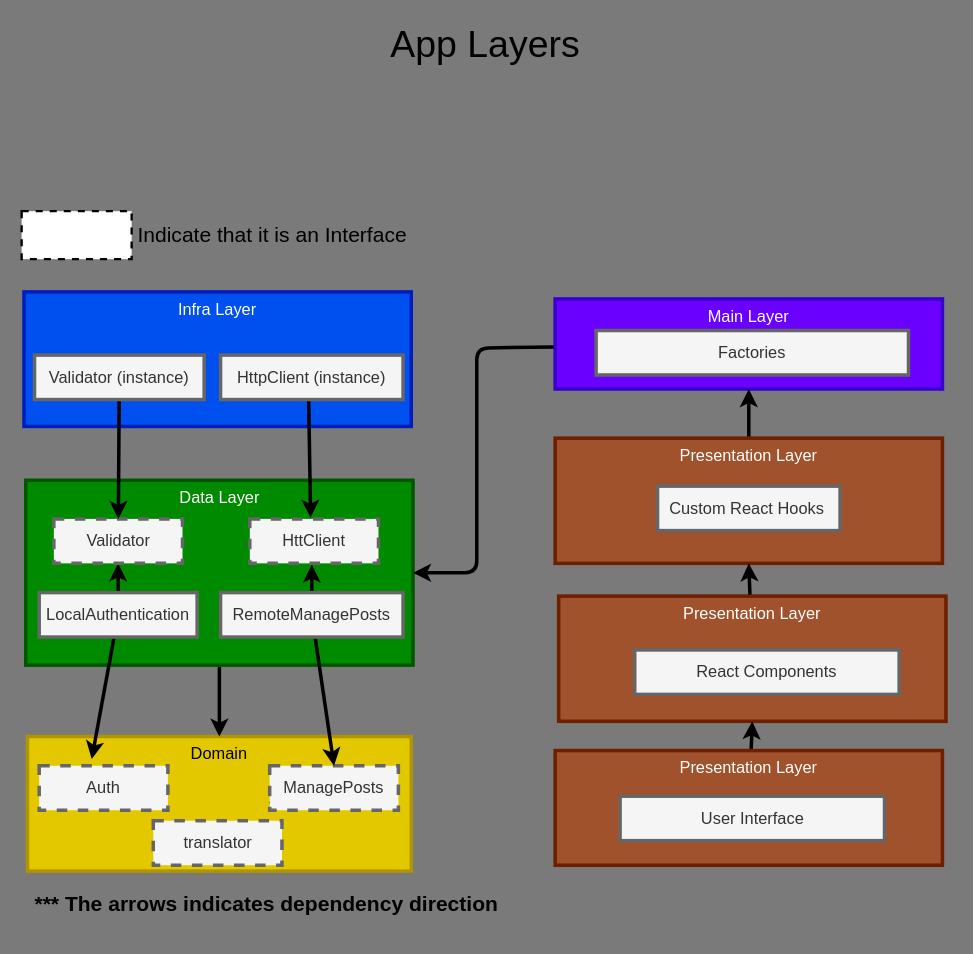
FelipeAnony/prueba-tecnica keeps this draw.io diagram as documentation/architecture/layers.drawio. Above is the earlier version. Source tidied: cells renumbered, new cells numbered last; positions are measured from the earlier drawing's top-left corner, leaving out a move shared by most shapes. Both pictures are drawn from the tidied source at 117%, with x=0, y=0 at pixel (21, 20).
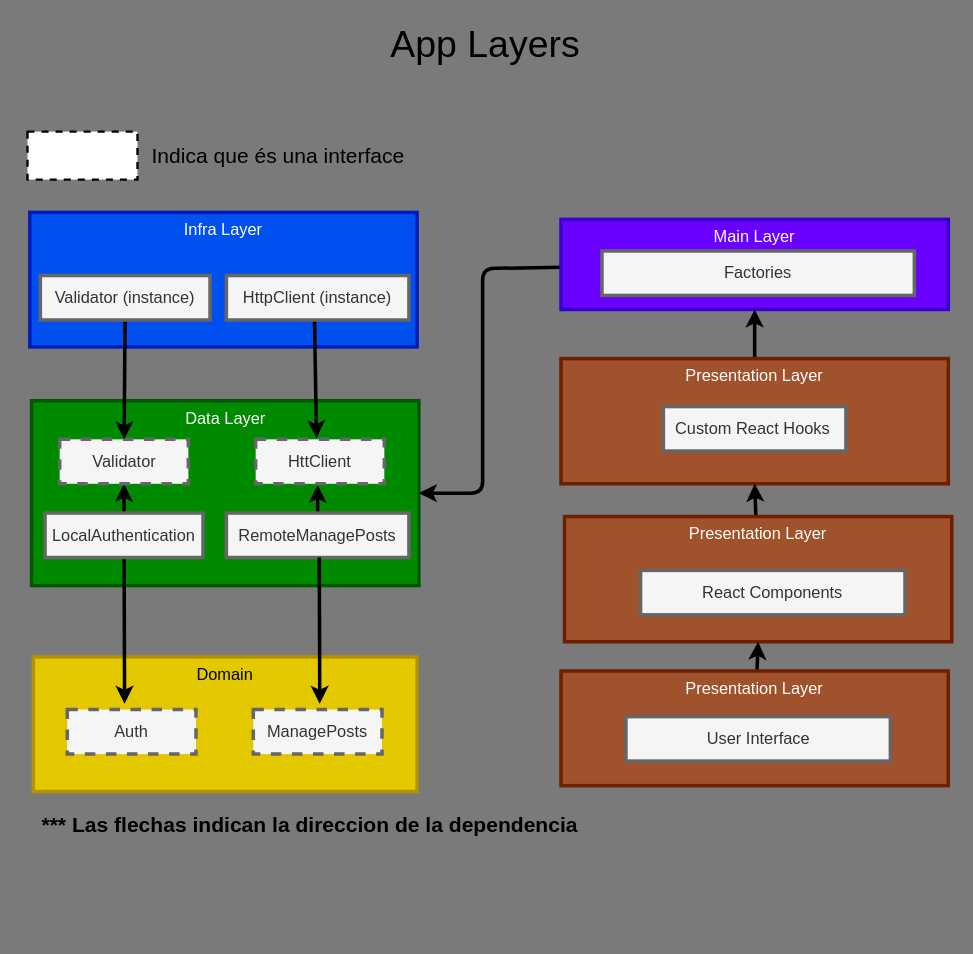
The same diagram, later.

The change refers to these unchanged cells:
```xml
<mxCell id="5" value="&lt;font style=&quot;font-size: 14px&quot;&gt;Domain&lt;/font&gt;" style="whiteSpace=wrap;html=1;fontSize=12;strokeWidth=3;fillColor=#e3c800;fontColor=#000000;strokeColor=#B09500;horizontal=1;verticalAlign=top;" parent="4" vertex="1">
  <mxGeometry x="3" y="380" width="328" height="115" as="geometry" />
</mxCell>
<mxCell id="10" value="&lt;span style=&quot;font-size: 14px&quot;&gt;Data Layer&lt;/span&gt;" style="whiteSpace=wrap;html=1;fontSize=12;strokeWidth=3;fillColor=#008a00;fontColor=#ffffff;strokeColor=#005700;horizontal=1;verticalAlign=top;" parent="4" vertex="1">
  <mxGeometry x="1.5" y="161" width="331" height="158" as="geometry" />
</mxCell>
<mxCell id="13" value="LocalAuthentication" style="whiteSpace=wrap;html=1;fontSize=14;strokeWidth=3;fillColor=#f5f5f5;fontColor=#333333;strokeColor=#666666;" parent="4" vertex="1">
  <mxGeometry x="13" y="257" width="135" height="38" as="geometry" />
</mxCell>
<mxCell id="16" value="RemoteManagePosts" style="whiteSpace=wrap;html=1;fontSize=14;strokeWidth=3;fillColor=#f5f5f5;fontColor=#333333;strokeColor=#666666;" parent="4" vertex="1">
  <mxGeometry x="168" y="257" width="156" height="38" as="geometry" />
</mxCell>
```

Change to the diagram source:
```diff
@@
     <mxCell id="3" style="group;" parent="1" vertex="1">
-      <mxGeometry x="2" y="118" width="788" height="648" as="geometry" />
+      <mxGeometry x="7" y="130" width="788" height="651" as="geometry" />
     </mxCell>
     <mxCell id="4" style="group;strokeColor=none;strokeWidth=3;" parent="3" vertex="1">
-      <mxGeometry y="114" width="788" height="495" as="geometry" />
+      <mxGeometry y="34" width="788" height="495" as="geometry" />
     </mxCell>
@@
     <mxCell id="6" value="Auth" style="whiteSpace=wrap;html=1;fontSize=14;strokeWidth=3;dashed=1;fillColor=#f5f5f5;fontColor=#333333;strokeColor=#666666;" parent="4" vertex="1">
-      <mxGeometry x="13" y="405" width="110" height="38" as="geometry" />
+      <mxGeometry x="32" y="425" width="110" height="38" as="geometry" />
     </mxCell>
-    <mxCell id="7" style="edgeStyle=none;html=1;fontSize=14;strokeWidth=3;" parent="4" edge="1" source="8">
-      <mxGeometry relative="1" as="geometry">
-        <mxPoint x="250.9" y="427.4" as="targetPoint" />
-      </mxGeometry>
-    </mxCell>
-    <mxCell id="8" value="ManagePosts" style="whiteSpace=wrap;html=1;fontSize=14;strokeWidth=3;dashed=1;fillColor=#f5f5f5;fontColor=#333333;strokeColor=#666666;" parent="4" vertex="1">
-      <mxGeometry x="210" y="405" width="110" height="38" as="geometry" />
-    </mxCell>
-    <mxCell id="9" style="edgeStyle=none;html=1;entryX=0.5;entryY=0;entryDx=0;entryDy=0;fontSize=14;strokeWidth=3;" parent="4" edge="1" source="10" target="5">
-      <mxGeometry relative="1" as="geometry" />
-    </mxCell>
@@
-    <mxCell id="11" style="edgeStyle=none;html=1;entryX=0.408;entryY=-0.15;entryDx=0;entryDy=0;entryPerimeter=0;fontSize=14;strokeWidth=3;" parent="4" edge="1" source="13" target="6">
-      <mxGeometry relative="1" as="geometry" />
+    <mxCell id="11" style="edgeStyle=none;html=1;fontSize=14;strokeWidth=3;" parent="4" edge="1" source="13">
+      <mxGeometry relative="1" as="geometry">
+        <mxPoint x="81" y="420" as="targetPoint" />
+      </mxGeometry>
     </mxCell>
@@
-    <mxCell id="14" style="edgeStyle=none;html=1;fontSize=14;entryX=0.5;entryY=0;entryDx=0;entryDy=0;strokeWidth=3;" parent="4" edge="1" source="16" target="8">
-      <mxGeometry relative="1" as="geometry" />
-    </mxCell>
@@
-    <mxCell id="21" value="translator" style="whiteSpace=wrap;html=1;fontSize=14;strokeWidth=3;dashed=1;fillColor=#f5f5f5;fontColor=#333333;strokeColor=#666666;" parent="4" vertex="1">
-      <mxGeometry x="110.5" y="452" width="110" height="38" as="geometry" />
-    </mxCell>
@@
+    <mxCell id="8" value="ManagePosts" style="whiteSpace=wrap;html=1;fontSize=14;strokeWidth=3;dashed=1;fillColor=#f5f5f5;fontColor=#333333;strokeColor=#666666;" parent="4" vertex="1">
+      <mxGeometry x="191" y="425" width="110" height="38" as="geometry" />
+    </mxCell>
+    <mxCell id="40" style="edgeStyle=none;html=1;fontSize=14;strokeWidth=3;" parent="4" edge="1">
+      <mxGeometry relative="1" as="geometry">
+        <mxPoint x="247.4" y="295" as="sourcePoint" />
+        <mxPoint x="247.8" y="420" as="targetPoint" />
+      </mxGeometry>
+    </mxCell>
-    <mxCell id="37" value="*** The arrows indicates dependency direction" style="text;html=1;align=center;verticalAlign=middle;strokeColor=none;fillColor=none;fontSize=18;strokeWidth=2;fontStyle=1;" parent="3" vertex="1">
-      <mxGeometry x="4" y="625" width="406" height="26" as="geometry" />
+    <mxCell id="37" value="*** Las flechas indican la direccion de la dependencia" style="text;html=1;align=center;verticalAlign=middle;strokeColor=none;fillColor=none;fontSize=18;strokeWidth=2;fontStyle=1;" parent="3" vertex="1">
+      <mxGeometry x="5" y="545" width="468" height="26" as="geometry" />
     </mxCell>
     <mxCell id="38" style="whiteSpace=wrap;html=1;fontSize=14;strokeWidth=2;dashed=1;" parent="3" vertex="1">
-      <mxGeometry x="-2" y="45" width="94" height="41" as="geometry" />
+      <mxGeometry x="-2" y="-35" width="94" height="41" as="geometry" />
     </mxCell>
-    <mxCell id="39" value="Indicate that it is an Interface" style="text;html=1;align=center;verticalAlign=middle;strokeColor=none;fillColor=none;fontSize=18;" parent="3" vertex="1">
-      <mxGeometry x="92" y="52.5" width="240" height="26" as="geometry" />
+    <mxCell id="39" value="Indica que és una interface" style="text;html=1;align=center;verticalAlign=middle;strokeColor=none;fillColor=none;fontSize=18;" parent="3" vertex="1">
+      <mxGeometry x="99" y="-27.5" width="226" height="26" as="geometry" />
     </mxCell>
```
